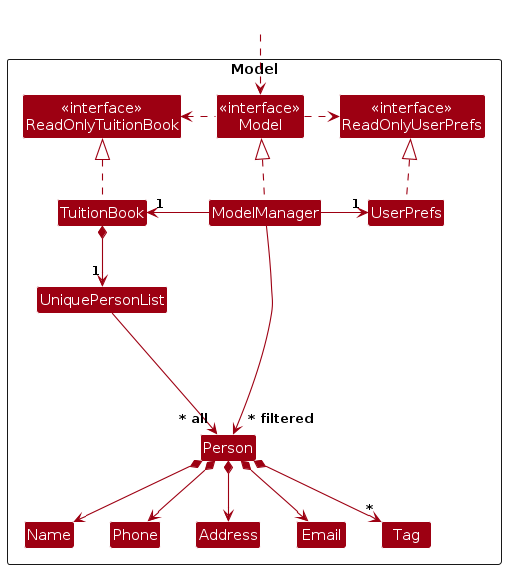
The PlantUML diagram diagrams/ModelClassDiagram.png in AY2627S1-CS2103T-T16-2/tp, before a commit. Its source is kept beside it as diagrams/ModelClassDiagram.puml.
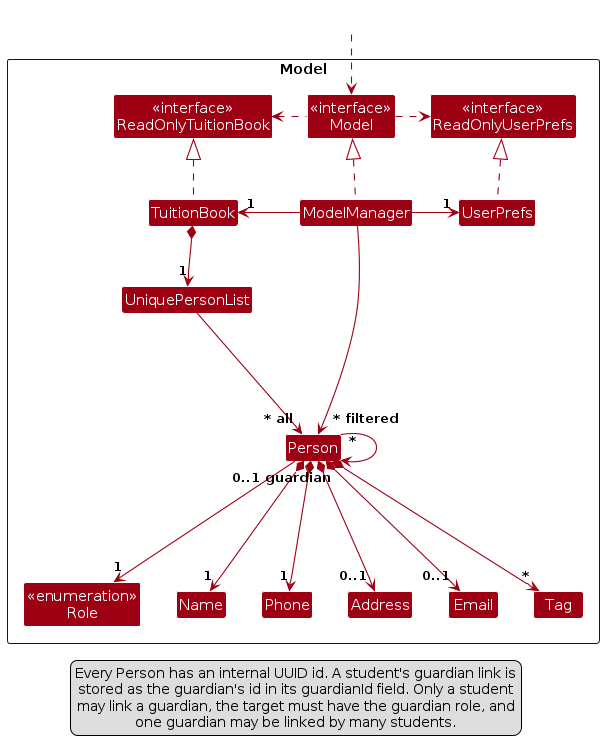
After the commit.

The edit, as a diff of the source:
```diff
@@ -14,6 +14,7 @@
 
 Class UniquePersonList
 Class Person
+Class "<<enumeration>>\nRole" as Role
 Class Address
 Class Email
 Class Name
@@ -37,18 +38,28 @@
 
 TuitionBook *--> "1" UniquePersonList
 UniquePersonList --> "~* all" Person
-Person *--> Name
-Person *--> Phone
-Person *--> Email
-Person *--> Address
-Person *--> "*" Tag
+Person ---> "1" Role
+Person *---> "1" Name
+Person *---> "1" Phone
+Person *---> "0..1" Email
+Person *---> "0..1" Address
+Person *---> "*" Tag
+Person "*" --> "0..1 guardian" Person
 
 Person -[hidden]up--> I
 UniquePersonList -[hidden]right-> I
 
+Role -[hidden]right-> Name
 Name -[hidden]right-> Phone
 Phone -[hidden]right-> Address
 Address -[hidden]right-> Email
 
 ModelManager --> "~* filtered" Person
+
+legend bottom
+  Every Person has an internal UUID id. A student's guardian link is
+  stored as the guardian's id in its guardianId field. Only a student
+  may link a guardian, the target must have the guardian role, and
+  one guardian may be linked by many students.
+end legend
 @enduml
```
